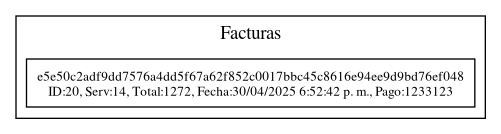
This is Fase3/Reportes/MerkleTree.png from CarlosdelCidUSAC/EDD-1S2025_202300625, a Graphviz export, as it was before one commit. Its source is kept beside it as Fase3/reportedot/MerkleTree.dot. The source it was exported from:
```dot
digraph G {
  node [shape=record, fontsize=10];
  graph [rankdir=TB];
  subgraph cluster_0 {
    label="Facturas";
    ne5e50c2a [label="e5e50c2adf9dd7576a4dd5f67a62f852c0017bbc45c8616e94ee9d9bd76ef048\nID:20, Serv:14, Total:1272, Fecha:30/04/2025 6:52:42 p. m., Pago:1233123"];
  }
}
```
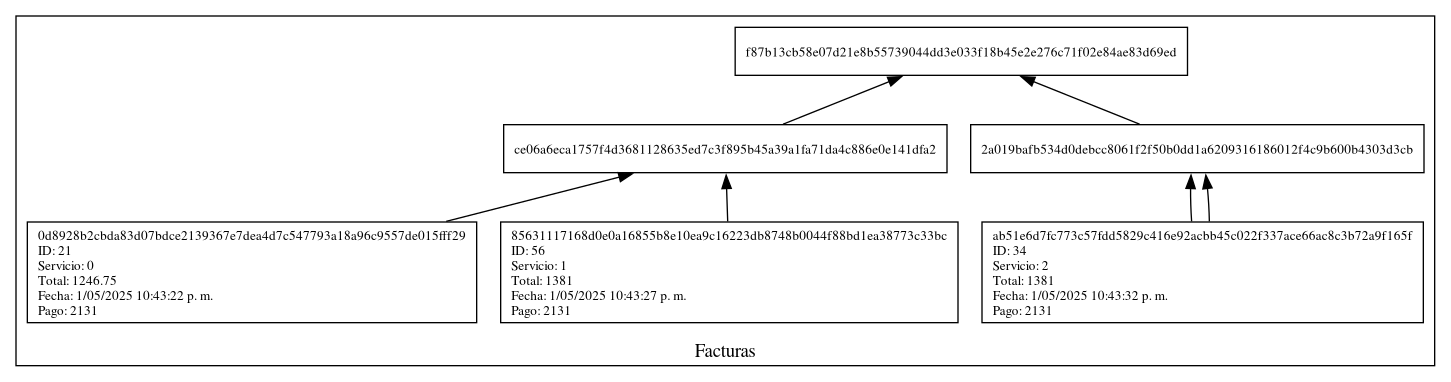
The same file after the commit.

Diff of the diagram source:
```diff
@@ -1,8 +1,20 @@
 digraph G {
   node [shape=record, fontsize=10];
-  graph [rankdir=TB];
+  graph [rankdir=BT];
   subgraph cluster_0 {
     label="Facturas";
-    ne5e50c2a [label="e5e50c2adf9dd7576a4dd5f67a62f852c0017bbc45c8616e94ee9d9bd76ef048\nID:20, Serv:14, Total:1272, Fecha:30/04/2025 6:52:42 p. m., Pago:1233123"];
+    nf87b13cb [label="f87b13cb58e07d21e8b55739044dd3e033f18b45e2e276c71f02e84ae83d69ed"];
+    nce06a6ec -> nf87b13cb;
+    nce06a6ec [label="ce06a6eca1757f4d3681128635ed7c3f895b45a39a1fa71da4c886e0e141dfa2"];
+    n0d8928b2 -> nce06a6ec;
+    n0d8928b2 [label="0d8928b2cbda83d07bdce2139367e7dea4d7c547793a18a96c9557de015fff29\lID: 21\lServicio: 0\lTotal: 1246.75\lFecha: 1/05/2025 10:43:22 p. m.\lPago: 2131\l"];
+    n85631117 -> nce06a6ec;
+    n85631117 [label="85631117168d0e0a16855b8e10ea9c16223db8748b0044f88bd1ea38773c33bc\lID: 56\lServicio: 1\lTotal: 1381\lFecha: 1/05/2025 10:43:27 p. m.\lPago: 2131\l"];
+    n2a019baf -> nf87b13cb;
+    n2a019baf [label="2a019bafb534d0debcc8061f2f50b0dd1a6209316186012f4c9b600b4303d3cb"];
+    nab51e6d7 -> n2a019baf;
+    nab51e6d7 [label="ab51e6d7fc773c57fdd5829c416e92acbb45c022f337ace66ac8c3b72a9f165f\lID: 34\lServicio: 2\lTotal: 1381\lFecha: 1/05/2025 10:43:32 p. m.\lPago: 2131\l"];
+    nab51e6d7 -> n2a019baf;
+    nab51e6d7 [label="ab51e6d7fc773c57fdd5829c416e92acbb45c022f337ace66ac8c3b72a9f165f\lID: 34\lServicio: 2\lTotal: 1381\lFecha: 1/05/2025 10:43:32 p. m.\lPago: 2131\l"];
   }
 }
```
